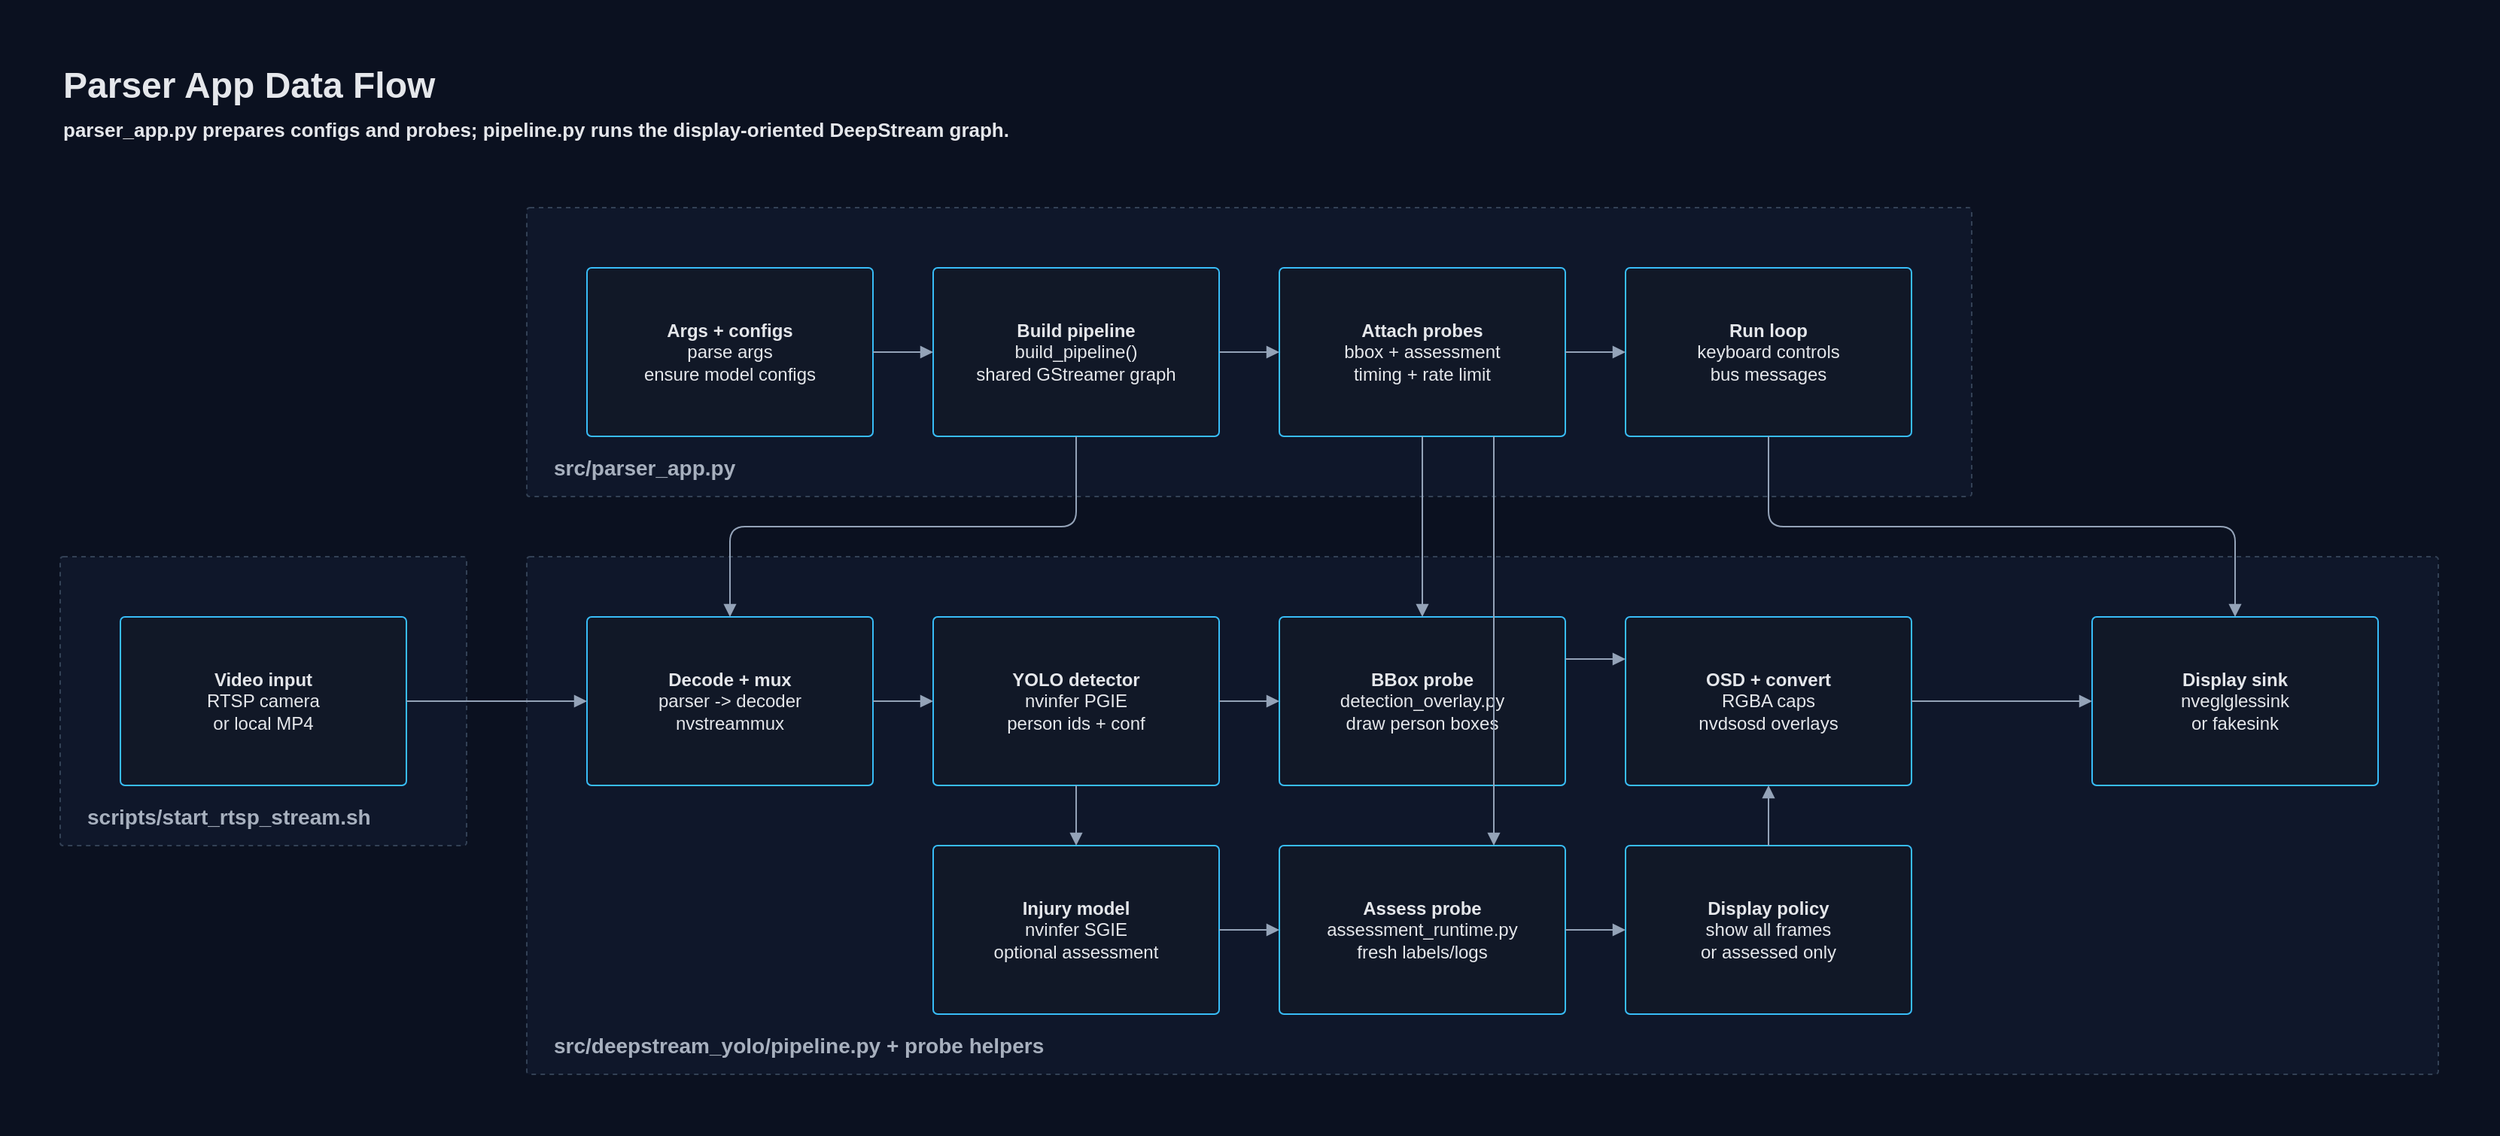
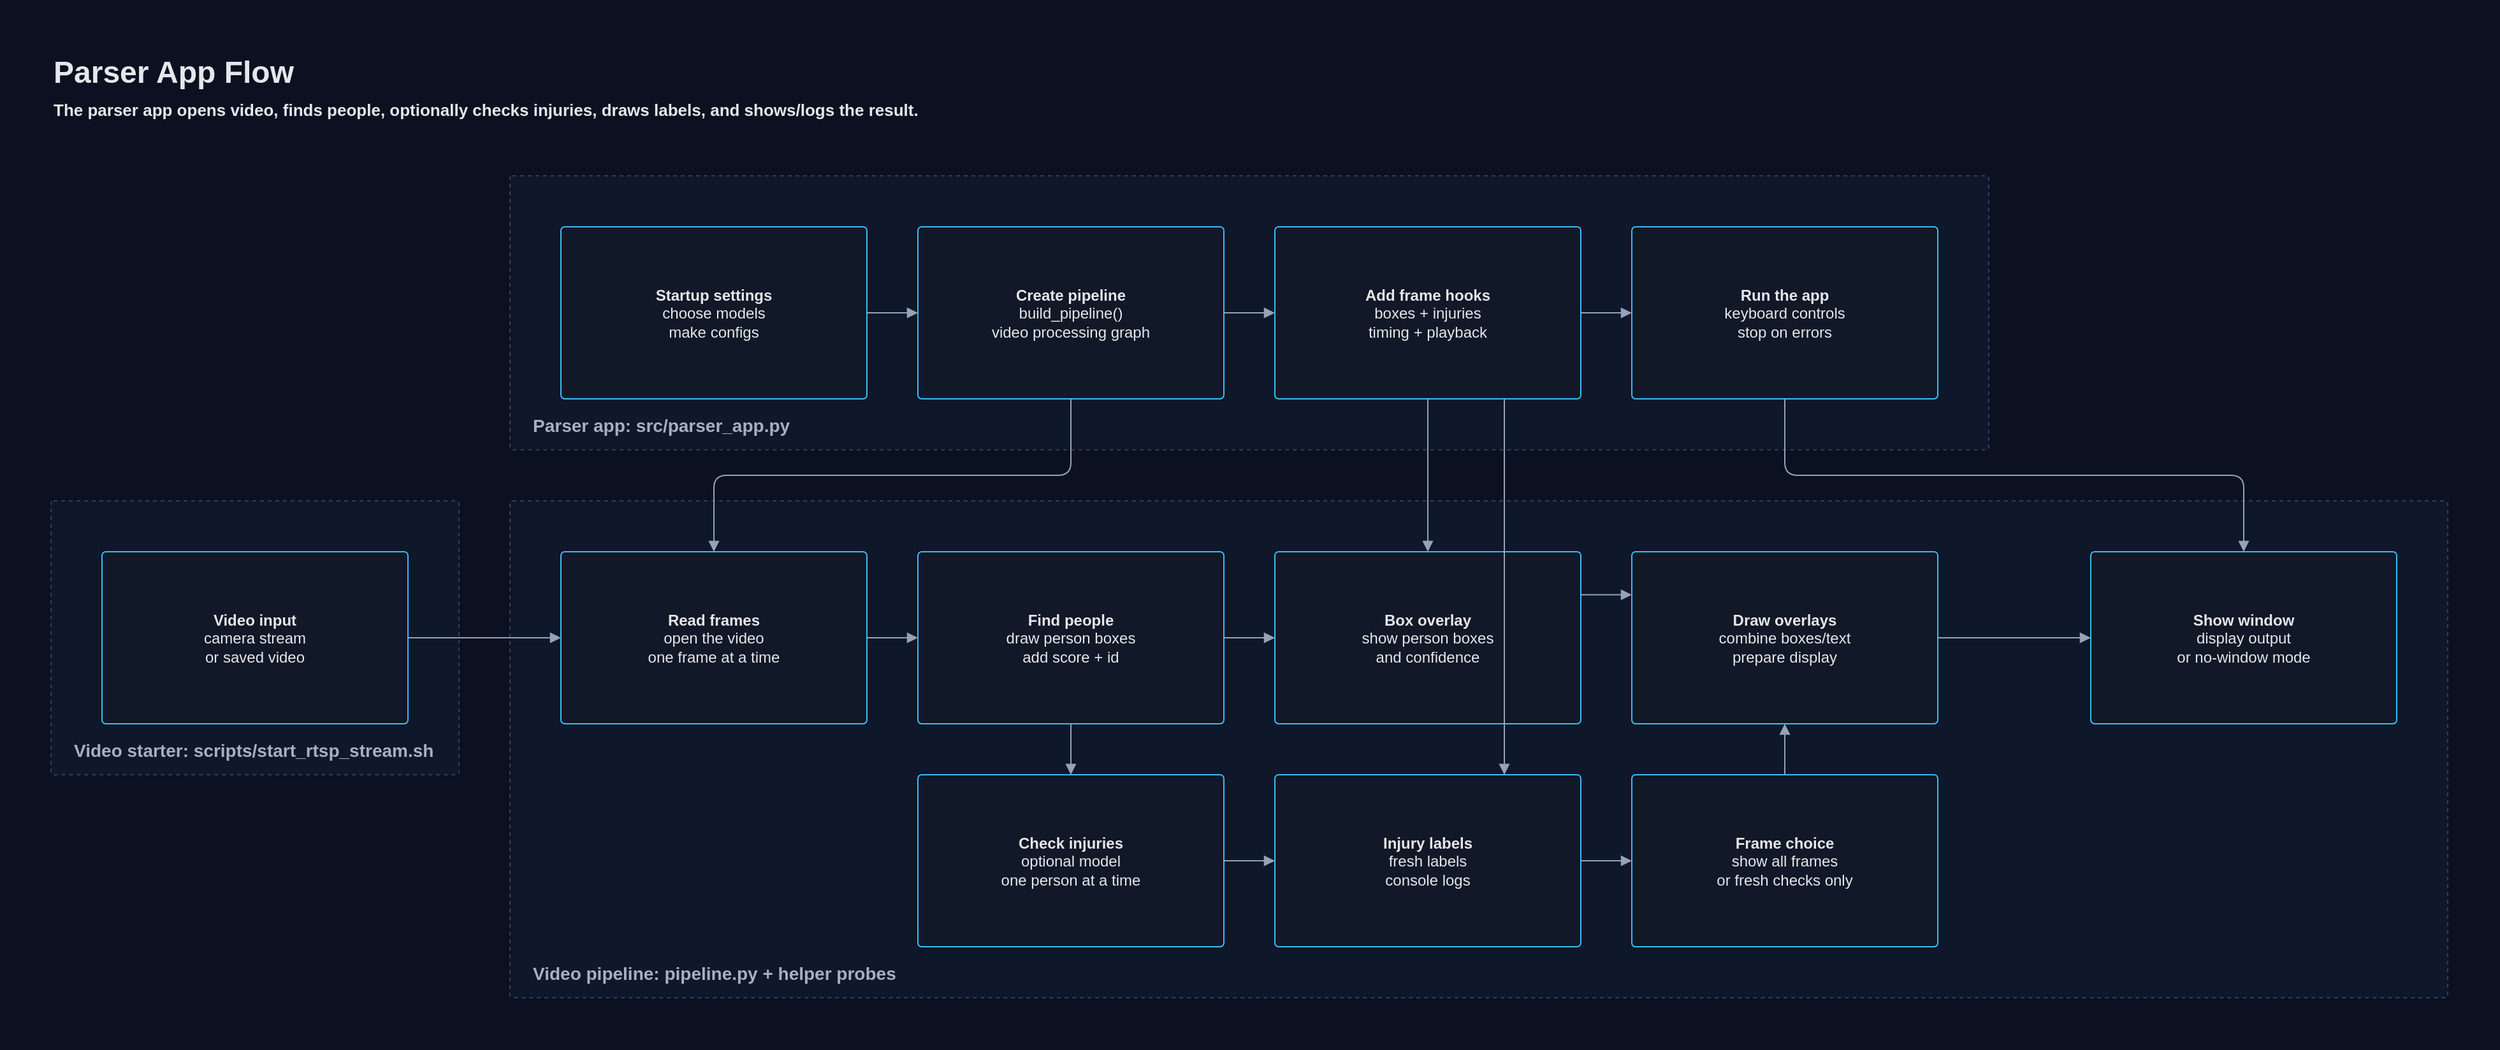
<?xml version="1.0" ?>
<mxfile host="app.diagrams.net" agent="Codex" version="24.7.17" type="device">
-   <diagram id="parser_flow" name="Parser App Data Flow">
-     <mxGraphModel dx="1422" dy="794" grid="1" gridSize="10" guides="1" tooltips="1" connect="1" arrows="1" fold="1" page="1" pageScale="1" pageWidth="1660" pageHeight="754" background="#0b1120" math="0" shadow="0">
+   <diagram id="parser_flow" name="Parser App Flow">
+     <mxGraphModel dx="1422" dy="794" grid="1" gridSize="10" guides="1" tooltips="1" connect="1" arrows="1" fold="1" page="1" pageScale="1" pageWidth="1960" pageHeight="823" background="#0b1120" math="0" shadow="0">
      <root>
        <mxCell id="0"/>
        <mxCell id="1" parent="0"/>
        <mxCell id="background" value="" style="rounded=0;whiteSpace=wrap;html=1;fillColor=#0b1120;strokeColor=none;" vertex="1" parent="1" connectable="0">
-           <mxGeometry x="0" y="0" width="1660" height="754" as="geometry"/>
+           <mxGeometry x="0" y="0" width="1960" height="823" as="geometry"/>
        </mxCell>
-         <mxCell id="title" value="Parser App Data Flow" style="text;html=1;strokeColor=none;fillColor=none;align=left;verticalAlign=middle;whiteSpace=wrap;rounded=0;fontSize=24;fontColor=#e5e7eb;fontStyle=1;" vertex="1" parent="1">
+         <mxCell id="title" value="Parser App Flow" style="text;html=1;strokeColor=none;fillColor=none;align=left;verticalAlign=middle;whiteSpace=wrap;rounded=0;fontSize=24;fontColor=#e5e7eb;fontStyle=1;" vertex="1" parent="1">
          <mxGeometry x="40" y="40" width="700" height="34" as="geometry"/>
        </mxCell>
-         <mxCell id="subtitle" value="parser_app.py prepares configs and probes; pipeline.py runs the display-oriented DeepStream graph." style="text;html=1;strokeColor=none;fillColor=none;align=left;verticalAlign=middle;whiteSpace=wrap;rounded=0;fontSize=13;fontColor=#e5e7eb;fontStyle=1;" vertex="1" parent="1">
+         <mxCell id="subtitle" value="The parser app opens video, finds people, optionally checks injuries, draws labels, and shows/logs the result." style="text;html=1;strokeColor=none;fillColor=none;align=left;verticalAlign=middle;whiteSpace=wrap;rounded=0;fontSize=13;fontColor=#e5e7eb;fontStyle=1;" vertex="1" parent="1">
          <mxGeometry x="40" y="74" width="1180" height="24" as="geometry"/>
        </mxCell>
        <mxCell id="stream_group" value="" style="rounded=1;whiteSpace=wrap;html=1;arcSize=4;absoluteArcSize=1;fillColor=#0f172a;strokeColor=#334155;dashed=1;" vertex="1" parent="1" connectable="0">
-           <mxGeometry x="40" y="370" width="270" height="192" as="geometry"/>
+           <mxGeometry x="40" y="393" width="320" height="215" as="geometry"/>
        </mxCell>
-         <mxCell id="stream_group_label" value="scripts/start_rtsp_stream.sh" style="text;html=1;strokeColor=none;fillColor=none;align=left;verticalAlign=bottom;whiteSpace=wrap;rounded=0;fontSize=14;fontColor=#a7b0be;fontStyle=1;" vertex="1" parent="1" connectable="0">
-           <mxGeometry x="56" y="530" width="238" height="24" as="geometry"/>
+         <mxCell id="stream_group_label" value="Video starter: scripts/start_rtsp_stream.sh" style="text;html=1;strokeColor=none;fillColor=none;align=left;verticalAlign=bottom;whiteSpace=wrap;rounded=0;fontSize=14;fontColor=#a7b0be;fontStyle=1;" vertex="1" parent="1" connectable="0">
+           <mxGeometry x="56" y="576" width="288" height="24" as="geometry"/>
        </mxCell>
        <mxCell id="parser_group" value="" style="rounded=1;whiteSpace=wrap;html=1;arcSize=4;absoluteArcSize=1;fillColor=#0f172a;strokeColor=#334155;dashed=1;" vertex="1" parent="1" connectable="0">
-           <mxGeometry x="350" y="138" width="960" height="192" as="geometry"/>
+           <mxGeometry x="400" y="138" width="1160" height="215" as="geometry"/>
        </mxCell>
-         <mxCell id="parser_group_label" value="src/parser_app.py" style="text;html=1;strokeColor=none;fillColor=none;align=left;verticalAlign=bottom;whiteSpace=wrap;rounded=0;fontSize=14;fontColor=#a7b0be;fontStyle=1;" vertex="1" parent="1" connectable="0">
-           <mxGeometry x="366" y="298" width="928" height="24" as="geometry"/>
+         <mxCell id="parser_group_label" value="Parser app: src/parser_app.py" style="text;html=1;strokeColor=none;fillColor=none;align=left;verticalAlign=bottom;whiteSpace=wrap;rounded=0;fontSize=14;fontColor=#a7b0be;fontStyle=1;" vertex="1" parent="1" connectable="0">
+           <mxGeometry x="416" y="321" width="1128" height="24" as="geometry"/>
        </mxCell>
        <mxCell id="pipeline_group" value="" style="rounded=1;whiteSpace=wrap;html=1;arcSize=4;absoluteArcSize=1;fillColor=#0f172a;strokeColor=#334155;dashed=1;" vertex="1" parent="1" connectable="0">
-           <mxGeometry x="350" y="370" width="1270" height="344" as="geometry"/>
+           <mxGeometry x="400" y="393" width="1520" height="390" as="geometry"/>
        </mxCell>
-         <mxCell id="pipeline_group_label" value="src/deepstream_yolo/pipeline.py + probe helpers" style="text;html=1;strokeColor=none;fillColor=none;align=left;verticalAlign=bottom;whiteSpace=wrap;rounded=0;fontSize=14;fontColor=#a7b0be;fontStyle=1;" vertex="1" parent="1" connectable="0">
-           <mxGeometry x="366" y="682" width="1238" height="24" as="geometry"/>
+         <mxCell id="pipeline_group_label" value="Video pipeline: pipeline.py + helper probes" style="text;html=1;strokeColor=none;fillColor=none;align=left;verticalAlign=bottom;whiteSpace=wrap;rounded=0;fontSize=14;fontColor=#a7b0be;fontStyle=1;" vertex="1" parent="1" connectable="0">
+           <mxGeometry x="416" y="751" width="1488" height="24" as="geometry"/>
        </mxCell>
-         <mxCell id="setup" value="&lt;b&gt;Args + configs&lt;/b&gt;&lt;br&gt;parse args&lt;br&gt;ensure model configs" style="rounded=1;whiteSpace=wrap;html=1;arcSize=6;absoluteArcSize=1;fillColor=#111827;strokeColor=#38bdf8;fontColor=#e5e7eb;spacing=10;spacingTop=4;spacingBottom=4;shadow=0;" vertex="1" parent="1">
-           <mxGeometry x="390" y="178" width="190" height="112" as="geometry"/>
+         <mxCell id="setup" value="&lt;b&gt;Startup settings&lt;/b&gt;&lt;br&gt;choose models&lt;br&gt;make configs" style="rounded=1;whiteSpace=wrap;html=1;arcSize=6;absoluteArcSize=1;fillColor=#111827;strokeColor=#38bdf8;fontColor=#e5e7eb;spacing=10;spacingTop=4;spacingBottom=4;shadow=0;" vertex="1" parent="1">
+           <mxGeometry x="440" y="178" width="240" height="135" as="geometry"/>
        </mxCell>
-         <mxCell id="call" value="&lt;b&gt;Build pipeline&lt;/b&gt;&lt;br&gt;build_pipeline()&lt;br&gt;shared GStreamer graph" style="rounded=1;whiteSpace=wrap;html=1;arcSize=6;absoluteArcSize=1;fillColor=#111827;strokeColor=#38bdf8;fontColor=#e5e7eb;spacing=10;spacingTop=4;spacingBottom=4;shadow=0;" vertex="1" parent="1">
-           <mxGeometry x="620" y="178" width="190" height="112" as="geometry"/>
+         <mxCell id="call" value="&lt;b&gt;Create pipeline&lt;/b&gt;&lt;br&gt;build_pipeline()&lt;br&gt;video processing graph" style="rounded=1;whiteSpace=wrap;html=1;arcSize=6;absoluteArcSize=1;fillColor=#111827;strokeColor=#38bdf8;fontColor=#e5e7eb;spacing=10;spacingTop=4;spacingBottom=4;shadow=0;" vertex="1" parent="1">
+           <mxGeometry x="720" y="178" width="240" height="135" as="geometry"/>
        </mxCell>
-         <mxCell id="attach" value="&lt;b&gt;Attach probes&lt;/b&gt;&lt;br&gt;bbox + assessment&lt;br&gt;timing + rate limit" style="rounded=1;whiteSpace=wrap;html=1;arcSize=6;absoluteArcSize=1;fillColor=#111827;strokeColor=#38bdf8;fontColor=#e5e7eb;spacing=10;spacingTop=4;spacingBottom=4;shadow=0;" vertex="1" parent="1">
-           <mxGeometry x="850" y="178" width="190" height="112" as="geometry"/>
+         <mxCell id="attach" value="&lt;b&gt;Add frame hooks&lt;/b&gt;&lt;br&gt;boxes + injuries&lt;br&gt;timing + playback" style="rounded=1;whiteSpace=wrap;html=1;arcSize=6;absoluteArcSize=1;fillColor=#111827;strokeColor=#38bdf8;fontColor=#e5e7eb;spacing=10;spacingTop=4;spacingBottom=4;shadow=0;" vertex="1" parent="1">
+           <mxGeometry x="1000" y="178" width="240" height="135" as="geometry"/>
        </mxCell>
-         <mxCell id="loop" value="&lt;b&gt;Run loop&lt;/b&gt;&lt;br&gt;keyboard controls&lt;br&gt;bus messages" style="rounded=1;whiteSpace=wrap;html=1;arcSize=6;absoluteArcSize=1;fillColor=#111827;strokeColor=#38bdf8;fontColor=#e5e7eb;spacing=10;spacingTop=4;spacingBottom=4;shadow=0;" vertex="1" parent="1">
-           <mxGeometry x="1080" y="178" width="190" height="112" as="geometry"/>
+         <mxCell id="loop" value="&lt;b&gt;Run the app&lt;/b&gt;&lt;br&gt;keyboard controls&lt;br&gt;stop on errors" style="rounded=1;whiteSpace=wrap;html=1;arcSize=6;absoluteArcSize=1;fillColor=#111827;strokeColor=#38bdf8;fontColor=#e5e7eb;spacing=10;spacingTop=4;spacingBottom=4;shadow=0;" vertex="1" parent="1">
+           <mxGeometry x="1280" y="178" width="240" height="135" as="geometry"/>
        </mxCell>
-         <mxCell id="video" value="&lt;b&gt;Video input&lt;/b&gt;&lt;br&gt;RTSP camera&lt;br&gt;or local MP4" style="rounded=1;whiteSpace=wrap;html=1;arcSize=6;absoluteArcSize=1;fillColor=#111827;strokeColor=#38bdf8;fontColor=#e5e7eb;spacing=10;spacingTop=4;spacingBottom=4;shadow=0;" vertex="1" parent="1">
-           <mxGeometry x="80" y="410" width="190" height="112" as="geometry"/>
+         <mxCell id="video" value="&lt;b&gt;Video input&lt;/b&gt;&lt;br&gt;camera stream&lt;br&gt;or saved video" style="rounded=1;whiteSpace=wrap;html=1;arcSize=6;absoluteArcSize=1;fillColor=#111827;strokeColor=#38bdf8;fontColor=#e5e7eb;spacing=10;spacingTop=4;spacingBottom=4;shadow=0;" vertex="1" parent="1">
+           <mxGeometry x="80" y="433" width="240" height="135" as="geometry"/>
        </mxCell>
-         <mxCell id="decode" value="&lt;b&gt;Decode + mux&lt;/b&gt;&lt;br&gt;parser -&amp;gt; decoder&lt;br&gt;nvstreammux" style="rounded=1;whiteSpace=wrap;html=1;arcSize=6;absoluteArcSize=1;fillColor=#111827;strokeColor=#38bdf8;fontColor=#e5e7eb;spacing=10;spacingTop=4;spacingBottom=4;shadow=0;" vertex="1" parent="1">
-           <mxGeometry x="390" y="410" width="190" height="112" as="geometry"/>
+         <mxCell id="decode" value="&lt;b&gt;Read frames&lt;/b&gt;&lt;br&gt;open the video&lt;br&gt;one frame at a time" style="rounded=1;whiteSpace=wrap;html=1;arcSize=6;absoluteArcSize=1;fillColor=#111827;strokeColor=#38bdf8;fontColor=#e5e7eb;spacing=10;spacingTop=4;spacingBottom=4;shadow=0;" vertex="1" parent="1">
+           <mxGeometry x="440" y="433" width="240" height="135" as="geometry"/>
        </mxCell>
-         <mxCell id="pgie" value="&lt;b&gt;YOLO detector&lt;/b&gt;&lt;br&gt;nvinfer PGIE&lt;br&gt;person ids + conf" style="rounded=1;whiteSpace=wrap;html=1;arcSize=6;absoluteArcSize=1;fillColor=#111827;strokeColor=#38bdf8;fontColor=#e5e7eb;spacing=10;spacingTop=4;spacingBottom=4;shadow=0;" vertex="1" parent="1">
-           <mxGeometry x="620" y="410" width="190" height="112" as="geometry"/>
+         <mxCell id="pgie" value="&lt;b&gt;Find people&lt;/b&gt;&lt;br&gt;draw person boxes&lt;br&gt;add score + id" style="rounded=1;whiteSpace=wrap;html=1;arcSize=6;absoluteArcSize=1;fillColor=#111827;strokeColor=#38bdf8;fontColor=#e5e7eb;spacing=10;spacingTop=4;spacingBottom=4;shadow=0;" vertex="1" parent="1">
+           <mxGeometry x="720" y="433" width="240" height="135" as="geometry"/>
        </mxCell>
-         <mxCell id="bbox" value="&lt;b&gt;BBox probe&lt;/b&gt;&lt;br&gt;detection_overlay.py&lt;br&gt;draw person boxes" style="rounded=1;whiteSpace=wrap;html=1;arcSize=6;absoluteArcSize=1;fillColor=#111827;strokeColor=#38bdf8;fontColor=#e5e7eb;spacing=10;spacingTop=4;spacingBottom=4;shadow=0;" vertex="1" parent="1">
-           <mxGeometry x="850" y="410" width="190" height="112" as="geometry"/>
+         <mxCell id="bbox" value="&lt;b&gt;Box overlay&lt;/b&gt;&lt;br&gt;show person boxes&lt;br&gt;and confidence" style="rounded=1;whiteSpace=wrap;html=1;arcSize=6;absoluteArcSize=1;fillColor=#111827;strokeColor=#38bdf8;fontColor=#e5e7eb;spacing=10;spacingTop=4;spacingBottom=4;shadow=0;" vertex="1" parent="1">
+           <mxGeometry x="1000" y="433" width="240" height="135" as="geometry"/>
        </mxCell>
-         <mxCell id="osd" value="&lt;b&gt;OSD + convert&lt;/b&gt;&lt;br&gt;RGBA caps&lt;br&gt;nvdsosd overlays" style="rounded=1;whiteSpace=wrap;html=1;arcSize=6;absoluteArcSize=1;fillColor=#111827;strokeColor=#38bdf8;fontColor=#e5e7eb;spacing=10;spacingTop=4;spacingBottom=4;shadow=0;" vertex="1" parent="1">
-           <mxGeometry x="1080" y="410" width="190" height="112" as="geometry"/>
+         <mxCell id="osd" value="&lt;b&gt;Draw overlays&lt;/b&gt;&lt;br&gt;combine boxes/text&lt;br&gt;prepare display" style="rounded=1;whiteSpace=wrap;html=1;arcSize=6;absoluteArcSize=1;fillColor=#111827;strokeColor=#38bdf8;fontColor=#e5e7eb;spacing=10;spacingTop=4;spacingBottom=4;shadow=0;" vertex="1" parent="1">
+           <mxGeometry x="1280" y="433" width="240" height="135" as="geometry"/>
        </mxCell>
-         <mxCell id="sink" value="&lt;b&gt;Display sink&lt;/b&gt;&lt;br&gt;nveglglessink&lt;br&gt;or fakesink" style="rounded=1;whiteSpace=wrap;html=1;arcSize=6;absoluteArcSize=1;fillColor=#111827;strokeColor=#38bdf8;fontColor=#e5e7eb;spacing=10;spacingTop=4;spacingBottom=4;shadow=0;" vertex="1" parent="1">
-           <mxGeometry x="1390" y="410" width="190" height="112" as="geometry"/>
+         <mxCell id="sink" value="&lt;b&gt;Show window&lt;/b&gt;&lt;br&gt;display output&lt;br&gt;or no-window mode" style="rounded=1;whiteSpace=wrap;html=1;arcSize=6;absoluteArcSize=1;fillColor=#111827;strokeColor=#38bdf8;fontColor=#e5e7eb;spacing=10;spacingTop=4;spacingBottom=4;shadow=0;" vertex="1" parent="1">
+           <mxGeometry x="1640" y="433" width="240" height="135" as="geometry"/>
        </mxCell>
-         <mxCell id="sgie" value="&lt;b&gt;Injury model&lt;/b&gt;&lt;br&gt;nvinfer SGIE&lt;br&gt;optional assessment" style="rounded=1;whiteSpace=wrap;html=1;arcSize=6;absoluteArcSize=1;fillColor=#111827;strokeColor=#38bdf8;fontColor=#e5e7eb;spacing=10;spacingTop=4;spacingBottom=4;shadow=0;" vertex="1" parent="1">
-           <mxGeometry x="620" y="562" width="190" height="112" as="geometry"/>
+         <mxCell id="sgie" value="&lt;b&gt;Check injuries&lt;/b&gt;&lt;br&gt;optional model&lt;br&gt;one person at a time" style="rounded=1;whiteSpace=wrap;html=1;arcSize=6;absoluteArcSize=1;fillColor=#111827;strokeColor=#38bdf8;fontColor=#e5e7eb;spacing=10;spacingTop=4;spacingBottom=4;shadow=0;" vertex="1" parent="1">
+           <mxGeometry x="720" y="608" width="240" height="135" as="geometry"/>
        </mxCell>
-         <mxCell id="assess" value="&lt;b&gt;Assess probe&lt;/b&gt;&lt;br&gt;assessment_runtime.py&lt;br&gt;fresh labels/logs" style="rounded=1;whiteSpace=wrap;html=1;arcSize=6;absoluteArcSize=1;fillColor=#111827;strokeColor=#38bdf8;fontColor=#e5e7eb;spacing=10;spacingTop=4;spacingBottom=4;shadow=0;" vertex="1" parent="1">
-           <mxGeometry x="850" y="562" width="190" height="112" as="geometry"/>
+         <mxCell id="assess" value="&lt;b&gt;Injury labels&lt;/b&gt;&lt;br&gt;fresh labels&lt;br&gt;console logs" style="rounded=1;whiteSpace=wrap;html=1;arcSize=6;absoluteArcSize=1;fillColor=#111827;strokeColor=#38bdf8;fontColor=#e5e7eb;spacing=10;spacingTop=4;spacingBottom=4;shadow=0;" vertex="1" parent="1">
+           <mxGeometry x="1000" y="608" width="240" height="135" as="geometry"/>
        </mxCell>
-         <mxCell id="status" value="&lt;b&gt;Display policy&lt;/b&gt;&lt;br&gt;show all frames&lt;br&gt;or assessed only" style="rounded=1;whiteSpace=wrap;html=1;arcSize=6;absoluteArcSize=1;fillColor=#111827;strokeColor=#38bdf8;fontColor=#e5e7eb;spacing=10;spacingTop=4;spacingBottom=4;shadow=0;" vertex="1" parent="1">
-           <mxGeometry x="1080" y="562" width="190" height="112" as="geometry"/>
+         <mxCell id="status" value="&lt;b&gt;Frame choice&lt;/b&gt;&lt;br&gt;show all frames&lt;br&gt;or fresh checks only" style="rounded=1;whiteSpace=wrap;html=1;arcSize=6;absoluteArcSize=1;fillColor=#111827;strokeColor=#38bdf8;fontColor=#e5e7eb;spacing=10;spacingTop=4;spacingBottom=4;shadow=0;" vertex="1" parent="1">
+           <mxGeometry x="1280" y="608" width="240" height="135" as="geometry"/>
        </mxCell>
        <mxCell id="edge_setup_call" value="" style="edgeStyle=orthogonalEdgeStyle;rounded=1;orthogonalLoop=1;jettySize=auto;html=1;endArrow=block;endFill=1;strokeColor=#94a3b8;fontColor=#a7b0be;exitX=1;exitY=0.5;exitDx=0;exitDy=0;entryX=0;entryY=0.5;entryDx=0;entryDy=0;" edge="1" parent="1" source="setup" target="call">
          <mxGeometry relative="1" as="geometry"/>
        </mxCell>
        <mxCell id="edge_call_attach" value="" style="edgeStyle=orthogonalEdgeStyle;rounded=1;orthogonalLoop=1;jettySize=auto;html=1;endArrow=block;endFill=1;strokeColor=#94a3b8;fontColor=#a7b0be;exitX=1;exitY=0.5;exitDx=0;exitDy=0;entryX=0;entryY=0.5;entryDx=0;entryDy=0;" edge="1" parent="1" source="call" target="attach">
          <mxGeometry relative="1" as="geometry"/>
        </mxCell>
        <mxCell id="edge_attach_loop" value="" style="edgeStyle=orthogonalEdgeStyle;rounded=1;orthogonalLoop=1;jettySize=auto;html=1;endArrow=block;endFill=1;strokeColor=#94a3b8;fontColor=#a7b0be;exitX=1;exitY=0.5;exitDx=0;exitDy=0;entryX=0;entryY=0.5;entryDx=0;entryDy=0;" edge="1" parent="1" source="attach" target="loop">
          <mxGeometry relative="1" as="geometry"/>
        </mxCell>
        <mxCell id="edge_call_decode" value="" style="edgeStyle=orthogonalEdgeStyle;rounded=1;orthogonalLoop=1;jettySize=auto;html=1;endArrow=block;endFill=1;strokeColor=#94a3b8;fontColor=#a7b0be;exitX=0.5;exitY=1;exitDx=0;exitDy=0;entryX=0.5;entryY=0;entryDx=0;entryDy=0;" edge="1" parent="1" source="call" target="decode">
          <mxGeometry relative="1" as="geometry">
            <Array as="points">
-               <mxPoint x="715" y="350"/>
-               <mxPoint x="485" y="350"/>
+               <mxPoint x="840" y="373"/>
+               <mxPoint x="560" y="373"/>
            </Array>
          </mxGeometry>
        </mxCell>
        <mxCell id="edge_attach_bbox" value="" style="edgeStyle=orthogonalEdgeStyle;rounded=1;orthogonalLoop=1;jettySize=auto;html=1;endArrow=block;endFill=1;strokeColor=#94a3b8;fontColor=#a7b0be;exitX=0.5;exitY=1;exitDx=0;exitDy=0;entryX=0.5;entryY=0;entryDx=0;entryDy=0;" edge="1" parent="1" source="attach" target="bbox">
          <mxGeometry relative="1" as="geometry">
            <Array as="points">
-               <mxPoint x="945" y="350"/>
-               <mxPoint x="945" y="350"/>
+               <mxPoint x="1120" y="373"/>
+               <mxPoint x="1120" y="373"/>
            </Array>
          </mxGeometry>
        </mxCell>
        <mxCell id="edge_attach_assess" value="" style="edgeStyle=orthogonalEdgeStyle;rounded=1;orthogonalLoop=1;jettySize=auto;html=1;endArrow=block;endFill=1;strokeColor=#94a3b8;fontColor=#a7b0be;exitX=0.75;exitY=1;exitDx=0;exitDy=0;entryX=0.75;entryY=0;entryDx=0;entryDy=0;" edge="1" parent="1" source="attach" target="assess">
          <mxGeometry relative="1" as="geometry"/>
        </mxCell>
        <mxCell id="edge_loop_sink" value="" style="edgeStyle=orthogonalEdgeStyle;rounded=1;orthogonalLoop=1;jettySize=auto;html=1;endArrow=block;endFill=1;strokeColor=#94a3b8;fontColor=#a7b0be;exitX=0.5;exitY=1;exitDx=0;exitDy=0;entryX=0.5;entryY=0;entryDx=0;entryDy=0;" edge="1" parent="1" source="loop" target="sink">
          <mxGeometry relative="1" as="geometry">
            <Array as="points">
-               <mxPoint x="1175" y="350"/>
-               <mxPoint x="1485" y="350"/>
+               <mxPoint x="1400" y="373"/>
+               <mxPoint x="1760" y="373"/>
            </Array>
          </mxGeometry>
        </mxCell>
        <mxCell id="edge_video_decode" value="" style="edgeStyle=orthogonalEdgeStyle;rounded=1;orthogonalLoop=1;jettySize=auto;html=1;endArrow=block;endFill=1;strokeColor=#94a3b8;fontColor=#a7b0be;exitX=1;exitY=0.5;exitDx=0;exitDy=0;entryX=0;entryY=0.5;entryDx=0;entryDy=0;" edge="1" parent="1" source="video" target="decode">
          <mxGeometry relative="1" as="geometry"/>
        </mxCell>
        <mxCell id="edge_decode_pgie" value="" style="edgeStyle=orthogonalEdgeStyle;rounded=1;orthogonalLoop=1;jettySize=auto;html=1;endArrow=block;endFill=1;strokeColor=#94a3b8;fontColor=#a7b0be;exitX=1;exitY=0.5;exitDx=0;exitDy=0;entryX=0;entryY=0.5;entryDx=0;entryDy=0;" edge="1" parent="1" source="decode" target="pgie">
          <mxGeometry relative="1" as="geometry"/>
        </mxCell>
        <mxCell id="edge_pgie_bbox" value="" style="edgeStyle=orthogonalEdgeStyle;rounded=1;orthogonalLoop=1;jettySize=auto;html=1;endArrow=block;endFill=1;strokeColor=#94a3b8;fontColor=#a7b0be;exitX=1;exitY=0.5;exitDx=0;exitDy=0;entryX=0;entryY=0.5;entryDx=0;entryDy=0;" edge="1" parent="1" source="pgie" target="bbox">
          <mxGeometry relative="1" as="geometry"/>
        </mxCell>
        <mxCell id="edge_bbox_osd" value="" style="edgeStyle=orthogonalEdgeStyle;rounded=1;orthogonalLoop=1;jettySize=auto;html=1;endArrow=block;endFill=1;strokeColor=#94a3b8;fontColor=#a7b0be;exitX=1;exitY=0.25;exitDx=0;exitDy=0;entryX=0;entryY=0.25;entryDx=0;entryDy=0;" edge="1" parent="1" source="bbox" target="osd">
          <mxGeometry relative="1" as="geometry"/>
        </mxCell>
        <mxCell id="edge_osd_sink" value="" style="edgeStyle=orthogonalEdgeStyle;rounded=1;orthogonalLoop=1;jettySize=auto;html=1;endArrow=block;endFill=1;strokeColor=#94a3b8;fontColor=#a7b0be;exitX=1;exitY=0.5;exitDx=0;exitDy=0;entryX=0;entryY=0.5;entryDx=0;entryDy=0;" edge="1" parent="1" source="osd" target="sink">
          <mxGeometry relative="1" as="geometry"/>
        </mxCell>
        <mxCell id="edge_pgie_sgie" value="" style="edgeStyle=orthogonalEdgeStyle;rounded=1;orthogonalLoop=1;jettySize=auto;html=1;endArrow=block;endFill=1;strokeColor=#94a3b8;fontColor=#a7b0be;exitX=0.5;exitY=1;exitDx=0;exitDy=0;entryX=0.5;entryY=0;entryDx=0;entryDy=0;" edge="1" parent="1" source="pgie" target="sgie">
          <mxGeometry relative="1" as="geometry"/>
        </mxCell>
        <mxCell id="edge_sgie_assess" value="" style="edgeStyle=orthogonalEdgeStyle;rounded=1;orthogonalLoop=1;jettySize=auto;html=1;endArrow=block;endFill=1;strokeColor=#94a3b8;fontColor=#a7b0be;exitX=1;exitY=0.5;exitDx=0;exitDy=0;entryX=0;entryY=0.5;entryDx=0;entryDy=0;" edge="1" parent="1" source="sgie" target="assess">
          <mxGeometry relative="1" as="geometry"/>
        </mxCell>
        <mxCell id="edge_assess_status" value="" style="edgeStyle=orthogonalEdgeStyle;rounded=1;orthogonalLoop=1;jettySize=auto;html=1;endArrow=block;endFill=1;strokeColor=#94a3b8;fontColor=#a7b0be;exitX=1;exitY=0.5;exitDx=0;exitDy=0;entryX=0;entryY=0.5;entryDx=0;entryDy=0;" edge="1" parent="1" source="assess" target="status">
          <mxGeometry relative="1" as="geometry"/>
        </mxCell>
        <mxCell id="edge_status_osd" value="" style="edgeStyle=orthogonalEdgeStyle;rounded=1;orthogonalLoop=1;jettySize=auto;html=1;endArrow=block;endFill=1;strokeColor=#94a3b8;fontColor=#a7b0be;exitX=0.5;exitY=0;exitDx=0;exitDy=0;entryX=0.5;entryY=1;entryDx=0;entryDy=0;" edge="1" parent="1" source="status" target="osd">
          <mxGeometry relative="1" as="geometry"/>
        </mxCell>
      </root>
    </mxGraphModel>
  </diagram>
</mxfile>
